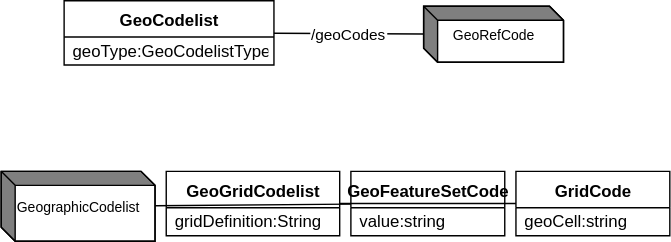
Earlier version of the draw.io export docs/information_model/media/sdmx_geospatial-geospatial_inheritance.svg (sdmx-twg/sdmx-im). Source tidied: cells renumbered, new cells last; positions are measured from the earlier drawing's top-left corner, leaving out a move shared by most shapes.
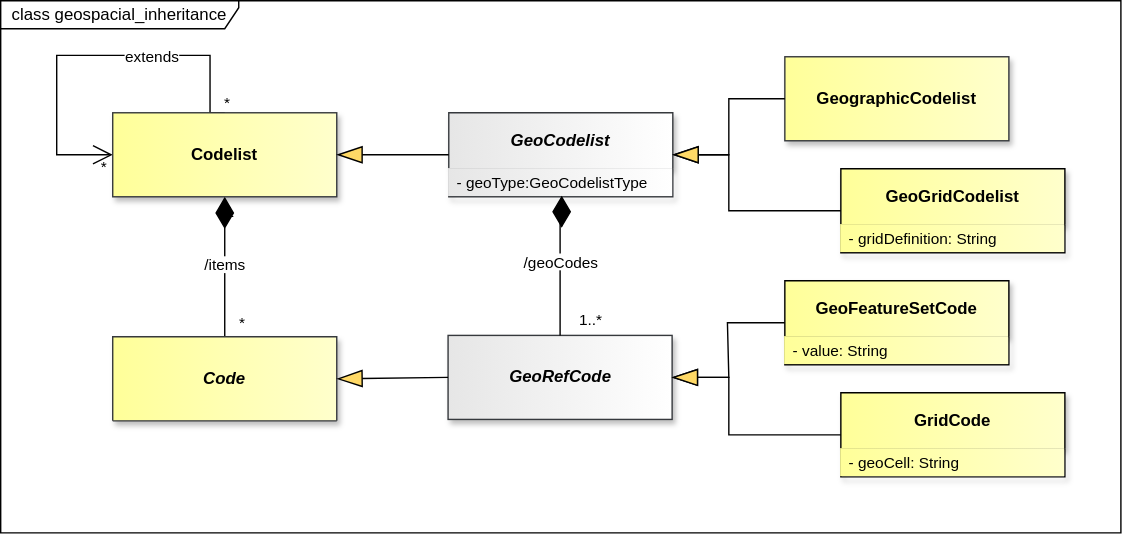
The same diagram one commit later.

Change to the diagram source:
```diff
@@ -2,39 +2,9 @@
   <root>
     <mxCell id="0" />
     <mxCell id="1" parent="0" />
-    <mxCell id="2" value="GeoRefCode" style="shape=mxgraph.dfd.externalEntity;fontSize=10;" parent="1" vertex="1">
-      <mxGeometry x="302" y="4" width="100" height="40" as="geometry" />
-    </mxCell>
-    <mxCell id="3" value="GeoGridCodelist" style="swimlane;fontStyle=1;align=center;verticalAlign=top;horizontal=1;startSize=26;whiteSpace=wrap;html=1;" parent="1" vertex="1">
-      <mxGeometry x="118" y="122" width="124" height="46" as="geometry" />
-    </mxCell>
-    <mxCell id="4" value="gridDefinition:String" style="text;strokeColor=none;fillColor=none;align=left;verticalAlign=middle;spacingLeft=4;spacingRight=4;overflow=hidden;whiteSpace=wrap;html=1;" parent="3" vertex="1">
-      <mxGeometry y="26" width="124" height="20" as="geometry" />
-    </mxCell>
-    <mxCell id="5" value="GeoFeatureSetCode" style="swimlane;fontStyle=1;align=center;verticalAlign=top;horizontal=1;startSize=26;whiteSpace=wrap;html=1;" parent="1" vertex="1">
-      <mxGeometry x="250" y="122" width="110" height="46" as="geometry" />
-    </mxCell>
-    <mxCell id="6" value="value:string" style="text;strokeColor=none;fillColor=none;align=left;verticalAlign=middle;spacingLeft=4;spacingRight=4;overflow=hidden;whiteSpace=wrap;html=1;" parent="5" vertex="1">
-      <mxGeometry y="26" width="110" height="20" as="geometry" />
-    </mxCell>
-    <mxCell id="7" value="GeographicCodelist" style="shape=mxgraph.dfd.externalEntity;fontSize=10;" parent="1" vertex="1">
-      <mxGeometry y="122" width="110" height="50" as="geometry" />
-    </mxCell>
-    <mxCell id="8" value="GridCode" style="swimlane;fontStyle=1;align=center;verticalAlign=top;horizontal=1;startSize=26;whiteSpace=wrap;html=1;" parent="1" vertex="1">
-      <mxGeometry x="368" y="122" width="110" height="46" as="geometry" />
-    </mxCell>
-    <mxCell id="9" value="geoCell:string" style="text;strokeColor=none;fillColor=none;align=left;verticalAlign=middle;spacingLeft=4;spacingRight=4;overflow=hidden;whiteSpace=wrap;html=1;" parent="8" vertex="1">
-      <mxGeometry y="26" width="110" height="20" as="geometry" />
-    </mxCell>
-    <mxCell id="10" value="GeoCodelist" style="swimlane;fontStyle=1;align=center;verticalAlign=top;horizontal=1;startSize=26;whiteSpace=wrap;html=1;" parent="1" vertex="1">
-      <mxGeometry x="45" width="150" height="46" as="geometry" />
-    </mxCell>
-    <mxCell id="11" value="geoType:GeoCodelistType" style="text;strokeColor=none;fillColor=none;align=left;verticalAlign=middle;spacingLeft=4;spacingRight=4;overflow=hidden;whiteSpace=wrap;html=1;" parent="10" vertex="1">
-      <mxGeometry y="26" width="150" height="20" as="geometry" />
-    </mxCell>
-    <mxCell id="12" style="endArrow=none;" parent="1" edge="1" target="3">
-      <mxGeometry relative="1" as="geometry" />
-    </mxCell>
+    <mxCell id="26" value="class geospacial_inheritance" style="shape=umlFrame;whiteSpace=wrap;html=1;fillColor=light-dark(#FFFFFF,#121212);swimlaneFillColor=light-dark(#FFFFFF,#121212);width=170;height=20;" parent="1" vertex="1">
+      <mxGeometry x="-70" y="-408" width="800" height="380" as="geometry" />
+    </mxCell>
     <mxCell id="13" value="exdendedby" style="endArrow=none;" parent="1" edge="1">
       <mxGeometry relative="1" as="geometry" />
     </mxCell>
@@ -44,35 +14,128 @@
     <mxCell id="15" style="endArrow=none;" parent="1" edge="1">
       <mxGeometry relative="1" as="geometry" />
     </mxCell>
-    <mxCell id="16" style="endArrow=none;" parent="1" edge="1" target="5">
-      <mxGeometry relative="1" as="geometry" />
-    </mxCell>
     <mxCell id="17" style="endArrow=none;" parent="1" edge="1">
       <mxGeometry relative="1" as="geometry" />
     </mxCell>
-    <mxCell id="18" style="endArrow=none;" parent="1" edge="1" target="5">
-      <mxGeometry relative="1" as="geometry" />
-    </mxCell>
+    <mxCell id="22" style="endArrow=none;" parent="1" edge="1">
+      <mxGeometry relative="1" as="geometry" />
+    </mxCell>
+    <mxCell id="27" value="&lt;font style=&quot;color: light-dark(rgb(0, 0, 0), rgb(255, 255, 255)); background-color: light-dark(rgb(255, 255, 255), rgb(0, 0, 0));&quot;&gt;/items&lt;/font&gt;" style="endArrow=none;html=1;endSize=12;startArrow=diamondThin;startSize=20;startFill=1;edgeStyle=orthogonalEdgeStyle;rounded=0;endFill=0;strokeColor=light-dark(#000000,#FFFFFF);fontColor=light-dark(#000000,#FFFFFF);labelBackgroundColor=none;exitX=0.5;exitY=1;exitDx=0;exitDy=0;entryX=0.5;entryY=0;entryDx=0;entryDy=0;" parent="1" edge="1" source="33" target="34">
+      <mxGeometry x="-0.01" relative="1" as="geometry" />
+    </mxCell>
+    <mxCell id="28" value="*" style="edgeLabel;html=1;align=right;verticalAlign=top;labelBackgroundColor=none;fontColor=light-dark(#000000,#FFFFFF);" parent="27" vertex="1">
+      <mxGeometry x="1" relative="1" as="geometry">
+        <mxPoint x="15" y="-23" as="offset" />
+      </mxGeometry>
+    </mxCell>
+    <mxCell id="29" value="&lt;span style=&quot;background-color: rgb(255, 255, 255);&quot;&gt;extends&lt;/span&gt;" style="endArrow=open;html=1;endSize=12;startArrow=none;startSize=20;startFill=0;edgeStyle=orthogonalEdgeStyle;rounded=0;endFill=0;strokeColor=light-dark(#000000,#FFFFFF);fontColor=light-dark(#000000,#FFFFFF);labelBackgroundColor=none;exitX=0.5;exitY=0;exitDx=0;exitDy=0;entryX=0;entryY=0.5;entryDx=0;entryDy=0;innerLoopWaypoints=1;" parent="1" edge="1" source="33" target="33">
+      <mxGeometry x="-0.31" y="1" relative="1" as="geometry">
+        <Array as="points">
+          <mxPoint x="79.5" y="-369" />
+          <mxPoint x="-30" y="-369" />
+          <mxPoint x="-30" y="-298" />
+        </Array>
+        <mxPoint x="1" as="offset" />
+      </mxGeometry>
+    </mxCell>
+    <mxCell id="30" value="*" style="edgeLabel;html=1;align=left;verticalAlign=top;labelBackgroundColor=none;fontColor=light-dark(#000000,#FFFFFF);" parent="29" vertex="1">
+      <mxGeometry x="0.23" relative="1" as="geometry">
+        <mxPoint x="30" y="61" as="offset" />
+      </mxGeometry>
+    </mxCell>
+    <mxCell id="31" value="*" style="edgeLabel;html=1;align=left;verticalAlign=top;labelBackgroundColor=none;fontColor=light-dark(#000000,#FFFFFF);" parent="1" vertex="1">
+      <mxGeometry x="65" y="-351" as="geometry">
+        <mxPoint x="23" y="3" as="offset" />
+      </mxGeometry>
+    </mxCell>
+    <mxCell id="32" value="1" style="edgeLabel;html=1;align=left;verticalAlign=top;labelBackgroundColor=none;fontColor=light-dark(#000000,#FFFFFF);" parent="1" vertex="1">
+      <mxGeometry x="89" y="-270" as="geometry" />
+    </mxCell>
+    <mxCell id="33" value="&lt;span&gt;&lt;span&gt;Codelist&lt;/span&gt;&lt;/span&gt;" style="whiteSpace=wrap;html=1;verticalAlign=middle;gradientDirection=east;imageVerticalAlign=top;fontStyle=1;fillColor=light-dark(#FFFF99,#FFFF99);strokeColor=#36393d;fontColor=light-dark(#000000,#000000);gradientColor=light-dark(#FFFFCC,#FFFFCC);shadow=1;" parent="1" vertex="1">
+      <mxGeometry x="10" y="-328" width="160" height="60" as="geometry" />
+    </mxCell>
+    <mxCell id="34" value="Code" style="swimlane;fontStyle=3;align=center;verticalAlign=middle;horizontal=1;startSize=61;whiteSpace=wrap;html=1;strokeColor=#36393d;fontFamily=Helvetica;fontSize=12;fillColor=light-dark(#FFFF99,#FFFF99);gradientDirection=east;gradientColor=light-dark(#FFFFCC,#FFFFCC);fontColor=light-dark(#000000,#000000);shadow=1;" parent="1" vertex="1">
+      <mxGeometry x="10" y="-168" width="160" height="60" as="geometry" />
+    </mxCell>
+    <mxCell id="2" value="GeoRefCode" style="whiteSpace=wrap;html=1;verticalAlign=middle;gradientDirection=east;imageVerticalAlign=top;fontStyle=3;fillColor=light-dark(#E6E6E6,#E6E6E6);strokeColor=#36393d;fontColor=light-dark(#000000,#000000);gradientColor=light-dark(#FFFFFF,#FFFFFF);shadow=1;" parent="1" vertex="1">
+      <mxGeometry x="249.5" y="-169" width="160" height="60" as="geometry" />
+    </mxCell>
+    <mxCell id="10" value="GeoCodelist" style="swimlane;fontStyle=3;align=center;verticalAlign=middle;horizontal=1;startSize=40;whiteSpace=wrap;html=1;strokeColor=#36393d;fontFamily=Helvetica;fontSize=12;fillColor=light-dark(#E6E6E6,#E6E6E6);gradientDirection=east;gradientColor=light-dark(#FFFFFF,#FFFFFF);fontColor=light-dark(#000000,#000000);shadow=1;" parent="1" vertex="1">
+      <mxGeometry x="250" y="-328" width="160" height="60" as="geometry" />
+    </mxCell>
+    <mxCell id="35" value="-&amp;nbsp;geoType:GeoCodelistType" style="text;strokeColor=none;fillColor=light-dark(#E6E6E6,#E6E6E6);align=left;verticalAlign=middle;spacingLeft=4;spacingRight=4;overflow=hidden;points=[[0,0.5],[1,0.5]];portConstraint=eastwest;whiteSpace=wrap;html=1;fontFamily=Helvetica;fontSize=11;fontColor=light-dark(#000000,#000000);fontStyle=0;gradientColor=light-dark(#FFFFFF,#FFFFFF);gradientDirection=east;" parent="10" vertex="1">
+      <mxGeometry y="40" width="160" height="20" as="geometry" />
+    </mxCell>
-    <mxCell id="19" value="/geoCodes" style="endArrow=none;" parent="1" edge="1" source="2" target="10">
-      <mxGeometry relative="1" as="geometry" />
+    <mxCell id="19" value="&lt;font style=&quot;color: light-dark(rgb(0, 0, 0), rgb(255, 255, 255)); background-color: light-dark(rgb(255, 255, 255), rgb(0, 0, 0));&quot;&gt;/geoCodes&lt;/font&gt;" style="endArrow=none;html=1;endSize=12;startArrow=diamondThin;startSize=20;startFill=1;edgeStyle=orthogonalEdgeStyle;rounded=0;endFill=0;strokeColor=light-dark(#000000,#FFFFFF);fontColor=light-dark(#000000,#FFFFFF);labelBackgroundColor=none;entryX=0.5;entryY=0;entryDx=0;entryDy=0;exitX=0.504;exitY=0.96;exitDx=0;exitDy=0;exitPerimeter=0;" parent="1" edge="1" source="35" target="2">
+      <mxGeometry x="-0.02" relative="1" as="geometry">
+        <Array as="points">
+          <mxPoint x="331" y="-249" />
+        </Array>
+      </mxGeometry>
     </mxCell>
-    <mxCell id="20" style="endArrow=none;" parent="1" edge="1" source="8" target="3">
-      <mxGeometry relative="1" as="geometry" />
-    </mxCell>
-    <mxCell id="21" style="endArrow=none;" parent="1" edge="1" target="5">
-      <mxGeometry relative="1" as="geometry" />
-    </mxCell>
-    <mxCell id="22" style="endArrow=none;" parent="1" edge="1">
-      <mxGeometry relative="1" as="geometry" />
-    </mxCell>
-    <mxCell id="23" style="endArrow=none;" parent="1" edge="1" target="5">
-      <mxGeometry relative="1" as="geometry" />
-    </mxCell>
-    <mxCell id="24" style="endArrow=none;" parent="1" edge="1" source="5">
-      <mxGeometry relative="1" as="geometry" />
-    </mxCell>
-    <mxCell id="25" style="endArrow=none;" parent="1" edge="1" source="5" target="7">
-      <mxGeometry relative="1" as="geometry" />
-    </mxCell>
+    <mxCell id="36" value="1..*" style="edgeLabel;html=1;align=right;verticalAlign=top;labelBackgroundColor=none;fontColor=light-dark(#000000,#FFFFFF);" parent="19" vertex="1">
+      <mxGeometry x="1" relative="1" as="geometry">
+        <mxPoint x="30" y="-24" as="offset" />
+      </mxGeometry>
+    </mxCell>
+    <mxCell id="37" style="endArrow=blockThin;endSize=16;endFill=1;html=1;rounded=0;exitX=0;exitY=0.5;exitDx=0;exitDy=0;startFill=0;endFillColor=light-dark(#FFD966,#FFD966);strokeColor=light-dark(#000000,#FFFFFF);startFillColor=light-dark(#000000,#FFFFFF);labelBackgroundColor=none;labelBorderColor=light-dark(#000000,#FFFFFF);entryX=1;entryY=0.5;entryDx=0;entryDy=0;" parent="1" edge="1" source="10" target="33">
+      <mxGeometry relative="1" as="geometry" />
+    </mxCell>
+    <mxCell id="38" style="endArrow=blockThin;endSize=16;endFill=1;html=1;rounded=0;exitX=0;exitY=0.5;exitDx=0;exitDy=0;startFill=0;endFillColor=light-dark(#FFD966,#FFD966);strokeColor=light-dark(#000000,#FFFFFF);startFillColor=light-dark(#000000,#FFFFFF);labelBackgroundColor=none;labelBorderColor=light-dark(#000000,#FFFFFF);entryX=1;entryY=0.5;entryDx=0;entryDy=0;" parent="1" edge="1" source="2" target="34">
+      <mxGeometry relative="1" as="geometry" />
+    </mxCell>
+    <mxCell id="7" value="&lt;span&gt;&lt;span&gt;GeographicCodelist&lt;/span&gt;&lt;/span&gt;" style="whiteSpace=wrap;html=1;verticalAlign=middle;gradientDirection=east;imageVerticalAlign=top;fontStyle=1;fillColor=light-dark(#FFFF99,#FFFF99);strokeColor=#36393d;fontColor=light-dark(#000000,#000000);gradientColor=light-dark(#FFFFCC,#FFFFCC);shadow=1;" parent="1" vertex="1">
+      <mxGeometry x="490" y="-368" width="160" height="60" as="geometry" />
+    </mxCell>
+    <mxCell id="3" value="GeoGridCodelist" style="swimlane;fontStyle=1;align=center;verticalAlign=middle;horizontal=1;startSize=40;whiteSpace=wrap;html=1;fillColor=light-dark(#FFFF99,#FFFF99);strokeColor=light-dark(#000000,#000000);gradientDirection=east;swimlaneLine=1;fontColor=light-dark(#000000,#000000);labelBackgroundColor=none;textShadow=0;gradientColor=light-dark(#FFFFCC,#FFFFCC);shadow=1;" parent="1" vertex="1">
+      <mxGeometry x="530" y="-288" width="160" height="60" as="geometry" />
+    </mxCell>
+    <mxCell id="39" value="- gridDefinition: String" style="text;strokeColor=none;fillColor=light-dark(#FFFF99,#FFFF99);align=left;verticalAlign=middle;spacingLeft=4;spacingRight=4;overflow=hidden;whiteSpace=wrap;html=1;fontFamily=Helvetica;fontSize=11;fontColor=light-dark(#000000,#000000);gradientColor=light-dark(#FFFFCC,#FFFFCC);gradientDirection=east;" parent="3" vertex="1">
+      <mxGeometry y="40" width="160" height="20" as="geometry" />
+    </mxCell>
+    <mxCell id="5" value="GeoFeatureSetCode" style="swimlane;fontStyle=1;align=center;verticalAlign=middle;horizontal=1;startSize=40;whiteSpace=wrap;html=1;fillColor=light-dark(#FFFF99,#FFFF99);strokeColor=light-dark(#000000,#000000);gradientDirection=east;swimlaneLine=1;fontColor=light-dark(#000000,#000000);labelBackgroundColor=none;textShadow=0;gradientColor=light-dark(#FFFFCC,#FFFFCC);shadow=1;" parent="1" vertex="1">
+      <mxGeometry x="490" y="-208" width="160" height="60" as="geometry" />
+    </mxCell>
+    <mxCell id="40" value="- value: String" style="text;strokeColor=none;fillColor=light-dark(#FFFF99,#FFFF99);align=left;verticalAlign=middle;spacingLeft=4;spacingRight=4;overflow=hidden;whiteSpace=wrap;html=1;fontFamily=Helvetica;fontSize=11;fontColor=light-dark(#000000,#000000);gradientColor=light-dark(#FFFFCC,#FFFFCC);gradientDirection=east;" parent="5" vertex="1">
+      <mxGeometry y="40" width="160" height="20" as="geometry" />
+    </mxCell>
+    <mxCell id="8" value="GridCode" style="swimlane;fontStyle=1;align=center;verticalAlign=middle;horizontal=1;startSize=40;whiteSpace=wrap;html=1;fillColor=light-dark(#FFFF99,#FFFF99);strokeColor=light-dark(#000000,#000000);gradientDirection=east;swimlaneLine=1;fontColor=light-dark(#000000,#000000);labelBackgroundColor=none;textShadow=0;gradientColor=light-dark(#FFFFCC,#FFFFCC);shadow=1;" parent="1" vertex="1">
+      <mxGeometry x="530" y="-128" width="160" height="60" as="geometry" />
+    </mxCell>
+    <mxCell id="41" value="- geoCell: String" style="text;strokeColor=none;fillColor=light-dark(#FFFF99,#FFFF99);align=left;verticalAlign=middle;spacingLeft=4;spacingRight=4;overflow=hidden;whiteSpace=wrap;html=1;fontFamily=Helvetica;fontSize=11;fontColor=light-dark(#000000,#000000);gradientColor=light-dark(#FFFFCC,#FFFFCC);gradientDirection=east;" parent="8" vertex="1">
+      <mxGeometry y="40" width="160" height="20" as="geometry" />
+    </mxCell>
+    <mxCell id="42" style="endArrow=blockThin;endSize=16;endFill=1;html=1;rounded=0;exitX=0;exitY=0.5;exitDx=0;exitDy=0;startFill=0;endFillColor=light-dark(#FFD966,#FFD966);strokeColor=light-dark(#000000,#FFFFFF);startFillColor=light-dark(#000000,#FFFFFF);labelBackgroundColor=none;labelBorderColor=light-dark(#000000,#FFFFFF);entryX=1;entryY=0.5;entryDx=0;entryDy=0;" parent="1" edge="1" source="7" target="10">
+      <mxGeometry relative="1" as="geometry">
+        <Array as="points">
+          <mxPoint x="450" y="-338" />
+          <mxPoint x="450" y="-298" />
+        </Array>
+      </mxGeometry>
+    </mxCell>
+    <mxCell id="43" style="endArrow=blockThin;endSize=16;endFill=1;html=1;rounded=0;exitX=0;exitY=0.5;exitDx=0;exitDy=0;startFill=0;endFillColor=light-dark(#FFD966,#FFD966);strokeColor=light-dark(#000000,#FFFFFF);startFillColor=light-dark(#000000,#FFFFFF);labelBackgroundColor=none;labelBorderColor=light-dark(#000000,#FFFFFF);entryX=1;entryY=0.5;entryDx=0;entryDy=0;" parent="1" edge="1" source="5" target="2">
+      <mxGeometry x="0.01" relative="1" as="geometry">
+        <Array as="points">
+          <mxPoint x="449" y="-178" />
+          <mxPoint x="450" y="-139" />
+        </Array>
+      </mxGeometry>
+    </mxCell>
+    <mxCell id="44" style="endArrow=blockThin;endSize=16;endFill=1;html=1;rounded=0;exitX=0;exitY=0.5;exitDx=0;exitDy=0;startFill=0;endFillColor=light-dark(#FFD966,#FFD966);strokeColor=light-dark(#000000,#FFFFFF);startFillColor=light-dark(#000000,#FFFFFF);labelBackgroundColor=none;labelBorderColor=light-dark(#000000,#FFFFFF);entryX=1;entryY=0.5;entryDx=0;entryDy=0;" parent="1" edge="1" source="3" target="10">
+      <mxGeometry x="0.03" relative="1" as="geometry">
+        <Array as="points">
+          <mxPoint x="450" y="-258" />
+          <mxPoint x="450" y="-298" />
+        </Array>
+      </mxGeometry>
+    </mxCell>
+    <mxCell id="45" style="endArrow=blockThin;endSize=16;endFill=1;html=1;rounded=0;exitX=0;exitY=0.5;exitDx=0;exitDy=0;startFill=0;endFillColor=light-dark(#FFD966,#FFD966);strokeColor=light-dark(#000000,#FFFFFF);startFillColor=light-dark(#000000,#FFFFFF);labelBackgroundColor=none;labelBorderColor=light-dark(#000000,#FFFFFF);entryX=1;entryY=0.5;entryDx=0;entryDy=0;" parent="1" edge="1" source="8" target="2">
+      <mxGeometry x="-0.28" relative="1" as="geometry">
+        <Array as="points">
+          <mxPoint x="450" y="-98" />
+          <mxPoint x="450" y="-139" />
+        </Array>
+      </mxGeometry>
+    </mxCell>
   </root>
 </mxGraphModel>
```
